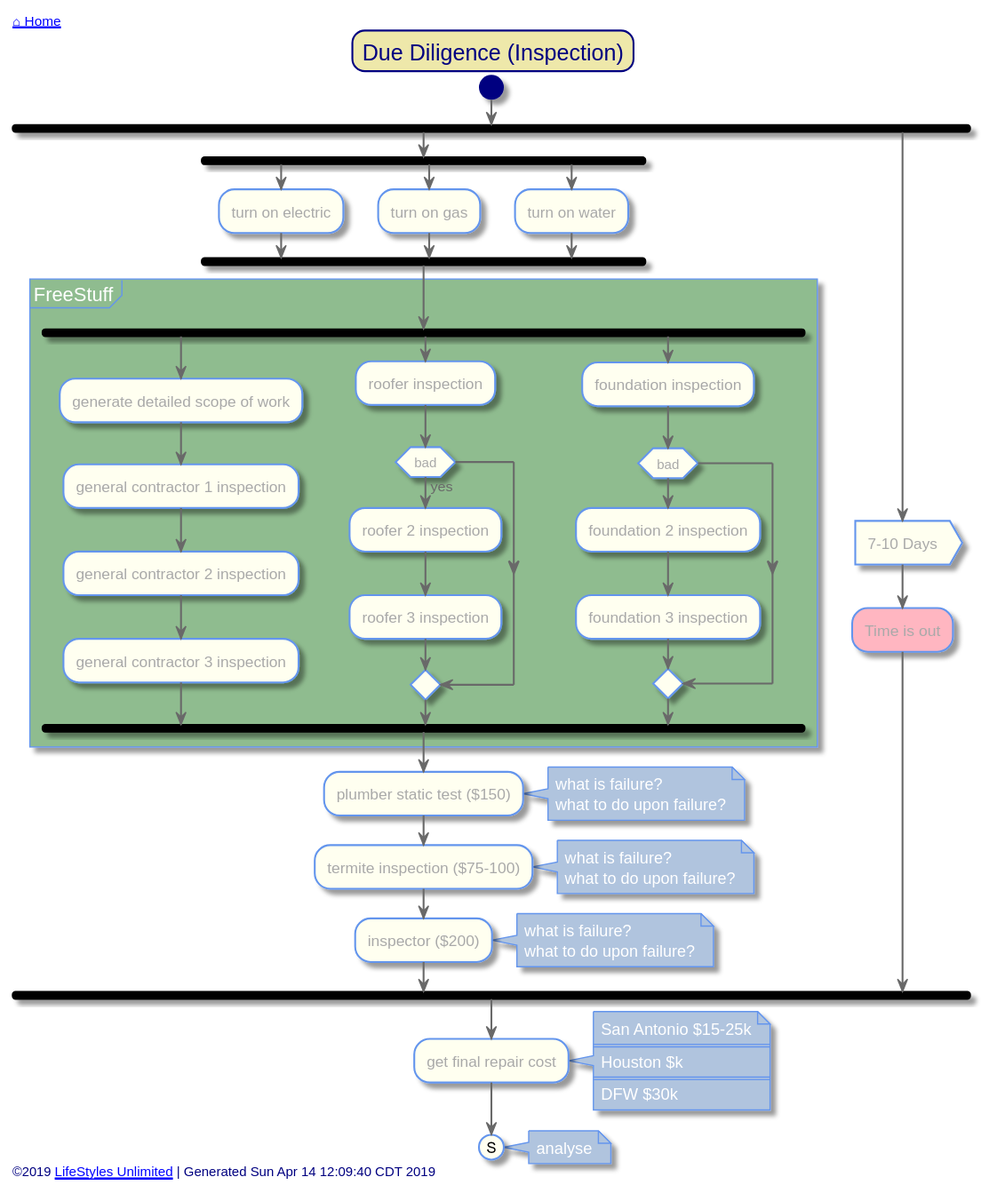
Before: out/src/single-family/due-diligence.svg, a diagram exported from PlantUML (toddmo/lifestylesunlimited).
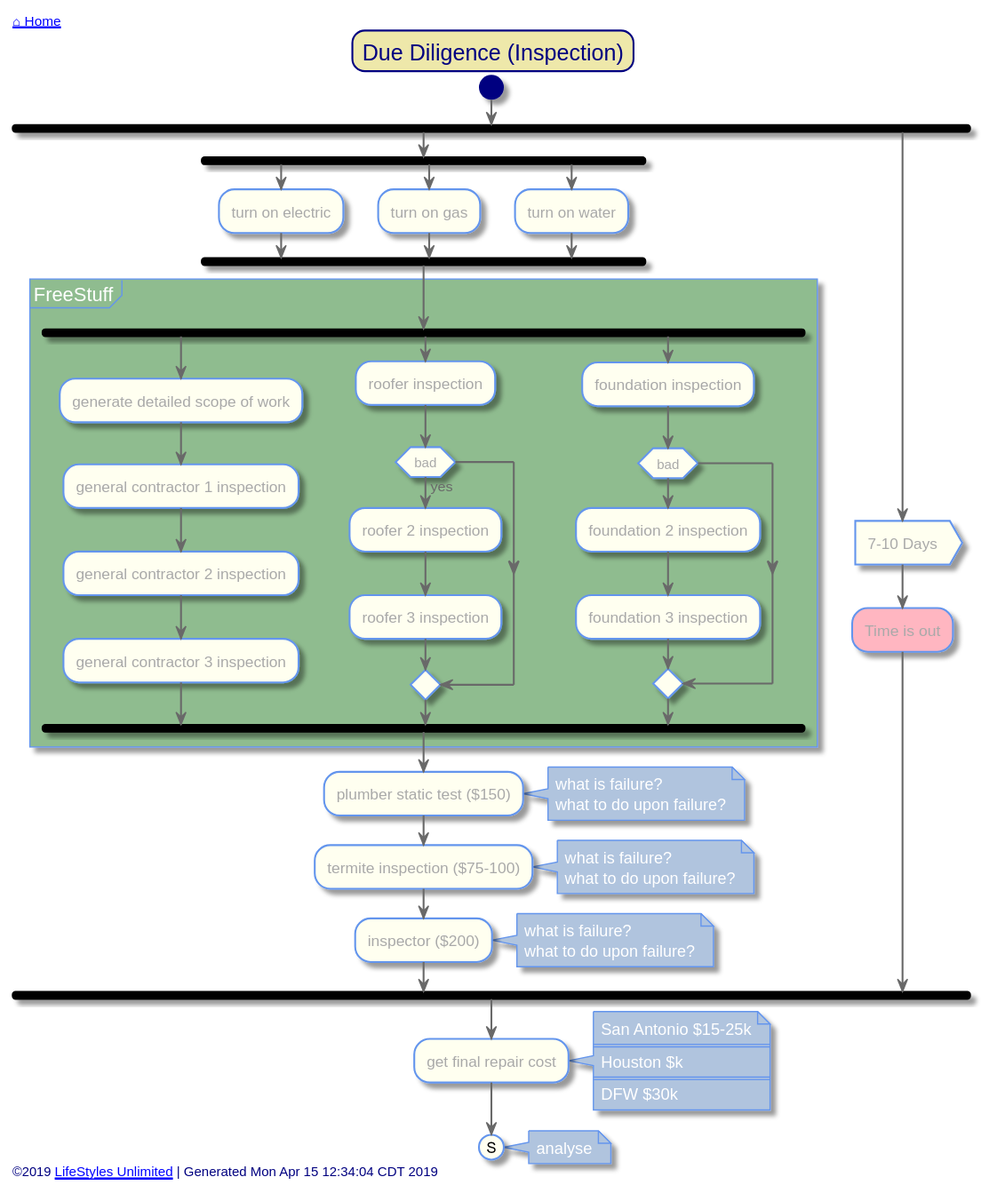
Later version of the same file.

What changed in the source:
```diff
@@ -134,7 +134,7 @@
 
 
 left footer
-	©2019 [[http://www.lifestylesunlimited.com LifeStyles Unlimited]] | Generated Sun Apr 14 12:09:40 CDT 2019
+	©2019 [[http://www.lifestylesunlimited.com LifeStyles Unlimited]] | Generated Mon Apr 15 12:34:04 CDT 2019
 endfooter
 
 
```
